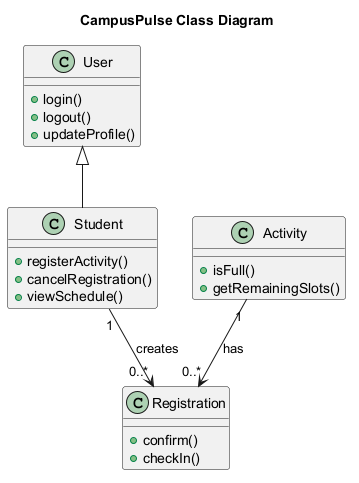
qiuy-collab/AutoFlow.skill keeps this PlantUML diagram as display/images/diagram/campus-activity-class.png. Above is the earlier version. Source of this version:
```plantuml
@startuml
skinparam backgroundColor transparent
title CampusPulse Class Diagram
class "User" as User {
  +login()
  +logout()
  +updateProfile()
}
class "Student" as Student {
  +registerActivity()
  +cancelRegistration()
  +viewSchedule()
}
class "Activity" as Activity {
  +isFull()
  +getRemainingSlots()
}
class "Registration" as Registration {
  +confirm()
  +checkIn()
}
User <|-- Student
Student "1" --> "0..*" Registration : creates
Activity "1" --> "0..*" Registration : has
@enduml
```
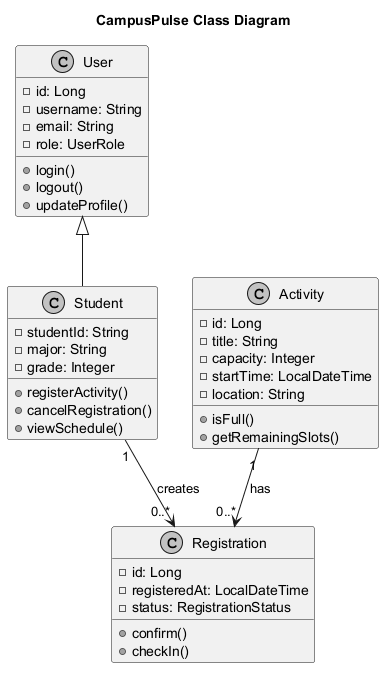
Above is the later version.

Diff of the diagram source:
```diff
@@ -1,21 +1,37 @@
 @startuml
-skinparam backgroundColor transparent
+skinparam backgroundColor white
+skinparam monochrome true
 title CampusPulse Class Diagram
 class "User" as User {
+  -id: Long
+  -username: String
+  -email: String
+  -role: UserRole
   +login()
   +logout()
   +updateProfile()
 }
 class "Student" as Student {
+  -studentId: String
+  -major: String
+  -grade: Integer
   +registerActivity()
   +cancelRegistration()
   +viewSchedule()
 }
 class "Activity" as Activity {
+  -id: Long
+  -title: String
+  -capacity: Integer
+  -startTime: LocalDateTime
+  -location: String
   +isFull()
   +getRemainingSlots()
 }
 class "Registration" as Registration {
+  -id: Long
+  -registeredAt: LocalDateTime
+  -status: RegistrationStatus
   +confirm()
   +checkIn()
 }
```
